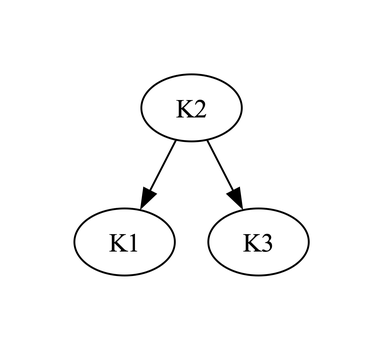
Earlier version of the Graphviz export Fw/DataStructures/docs/diagrams/Red-Black-Trees/bst.png (nasa/fprime). Its source is kept beside it as Fw/DataStructures/docs/diagrams/Red-Black-Trees/bst.dot.
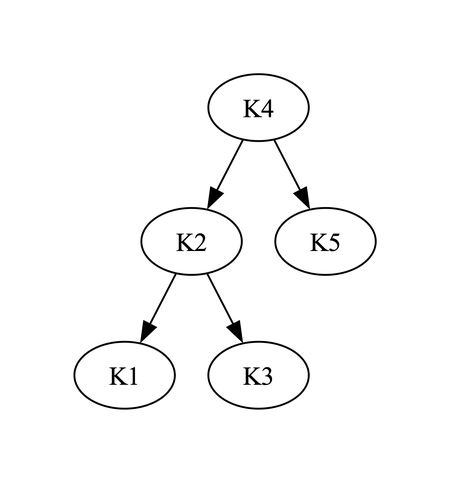
After the commit.

What changed in the source:
```diff
@@ -1,5 +1,7 @@
 digraph {
 
+  K4 -> K2
+  K4 -> K5
   K2 -> K1
   K2 -> K3
 
```
